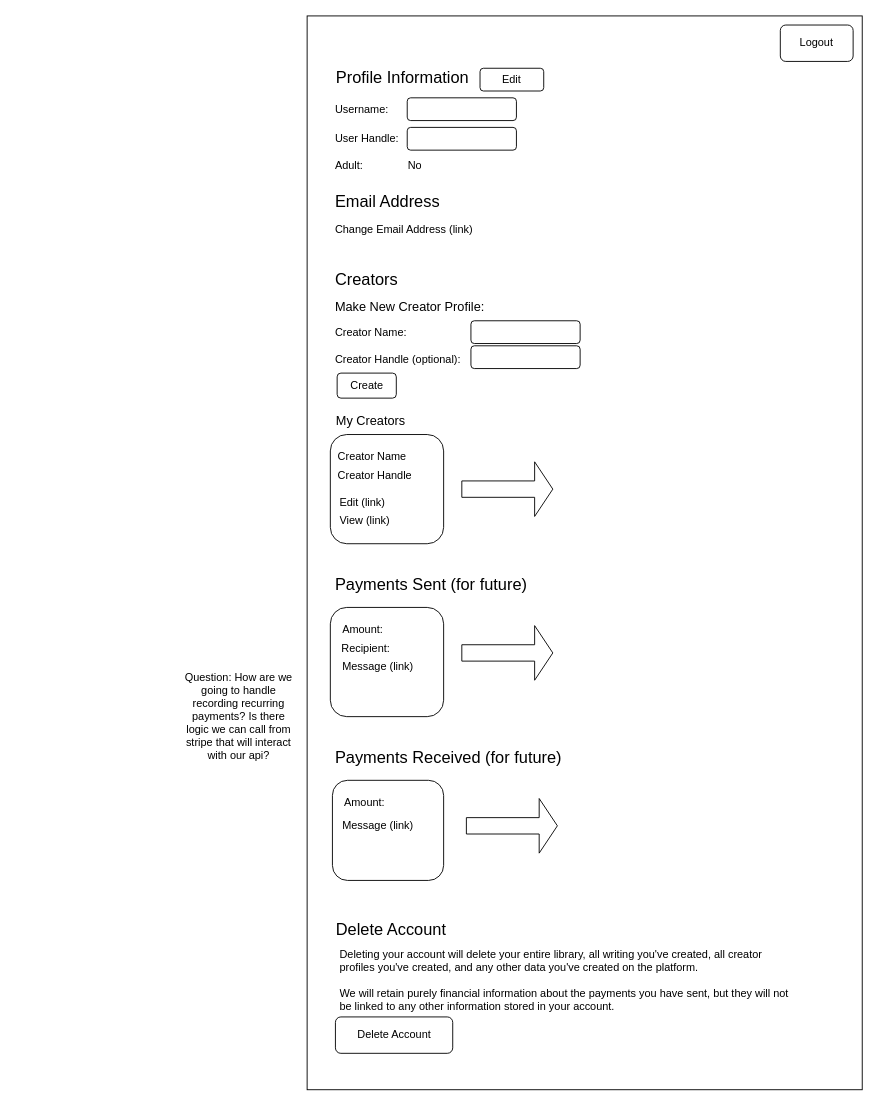
Earlier version of the draw.io diagram docs/mockups/profiile_page_mockup.drawio (Matt-Eva/freecreate-go-server). Source tidied: cells renumbered, new cells numbered last; positions are measured from the earlier drawing's top-left corner, leaving out a move shared by most shapes. Both pictures are drawn from the tidied source at 91%, with x=0, y=0 at pixel (179, 15).
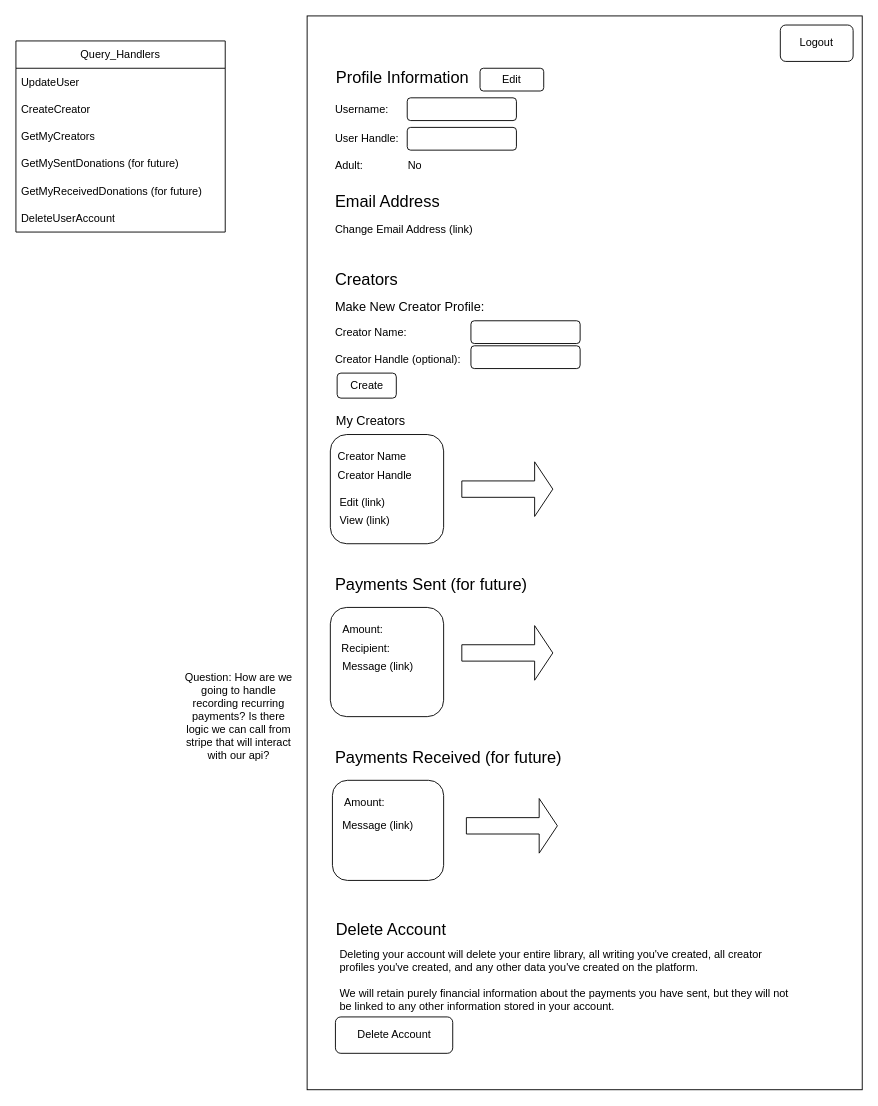
The same diagram, later.

Diff of the diagram source:
```diff
@@
+    <mxCell id="45" value="Query_Handlers" style="swimlane;fontStyle=0;horizontal=1;startSize=30;whiteSpace=wrap;html=1;" parent="1" vertex="1">
+      <mxGeometry x="-180" y="27.5" width="230" height="210" as="geometry" />
+    </mxCell>
+    <mxCell id="46" value="UpdateUser" style="text;strokeColor=none;fillColor=none;align=left;verticalAlign=middle;spacingLeft=4;spacingRight=4;overflow=hidden;whiteSpace=wrap;html=1;" parent="45" vertex="1">
+      <mxGeometry y="30" width="230" height="30" as="geometry" />
+    </mxCell>
+    <mxCell id="47" value="CreateCreator" style="text;strokeColor=none;fillColor=none;align=left;verticalAlign=middle;spacingLeft=4;spacingRight=4;overflow=hidden;whiteSpace=wrap;html=1;" parent="45" vertex="1">
+      <mxGeometry y="60" width="230" height="30" as="geometry" />
+    </mxCell>
+    <mxCell id="48" value="GetMyCreators" style="text;strokeColor=none;fillColor=none;align=left;verticalAlign=middle;spacingLeft=4;spacingRight=4;overflow=hidden;whiteSpace=wrap;html=1;" parent="45" vertex="1">
+      <mxGeometry y="90" width="230" height="30" as="geometry" />
+    </mxCell>
+    <mxCell id="49" value="GetMySentDonations (for future)" style="text;strokeColor=none;fillColor=none;align=left;verticalAlign=middle;spacingLeft=4;spacingRight=4;overflow=hidden;whiteSpace=wrap;html=1;" parent="45" vertex="1">
+      <mxGeometry y="120" width="230" height="30" as="geometry" />
+    </mxCell>
+    <mxCell id="50" value="GetMyReceivedDonations (for future)" style="text;strokeColor=none;fillColor=none;align=left;verticalAlign=middle;spacingLeft=4;spacingRight=4;overflow=hidden;whiteSpace=wrap;html=1;" parent="45" vertex="1">
+      <mxGeometry y="150" width="230" height="30" as="geometry" />
+    </mxCell>
+    <mxCell id="51" value="DeleteUserAccount" style="text;strokeColor=none;fillColor=none;align=left;verticalAlign=middle;spacingLeft=4;spacingRight=4;overflow=hidden;whiteSpace=wrap;html=1;" parent="45" vertex="1">
+      <mxGeometry y="180" width="230" height="30" as="geometry" />
+    </mxCell>
```
